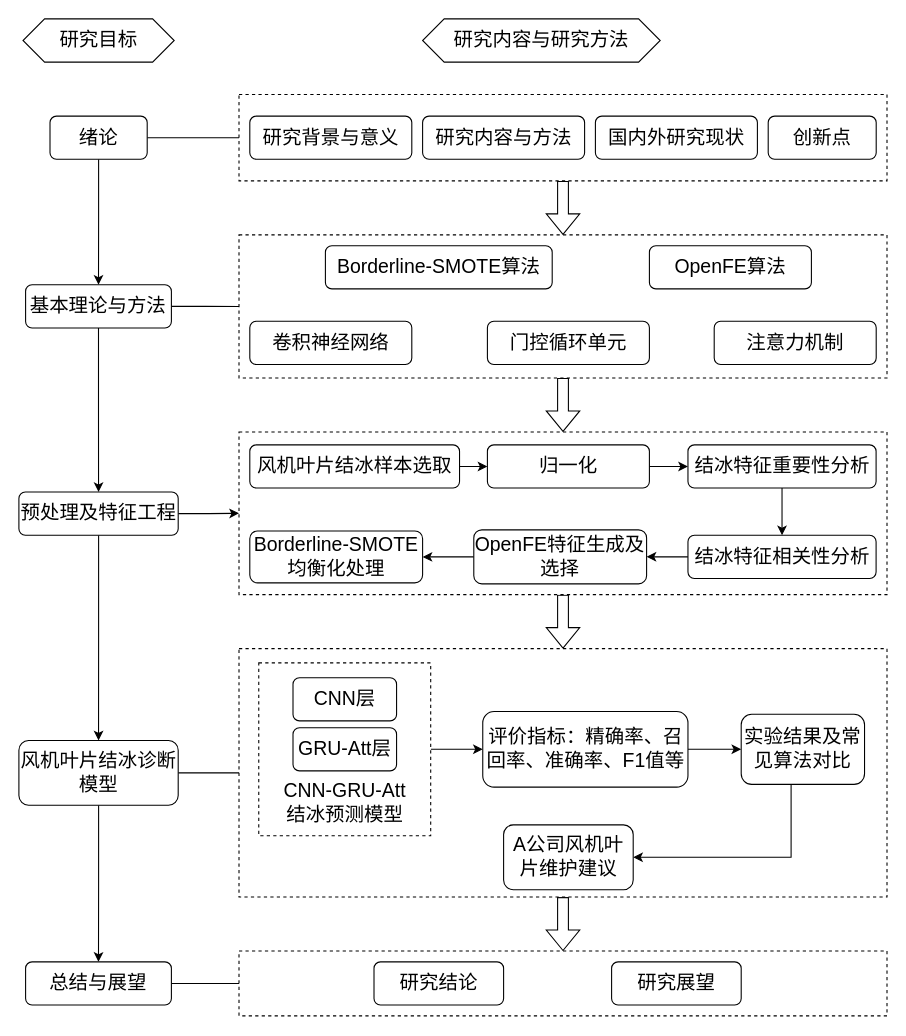
Earlier version of the draw.io diagram 毕设技术路线图1.drawio (Abccccd/-2). Source tidied: cells renumbered, new cells numbered last; positions are measured from the earlier drawing's top-left corner, leaving out a move shared by most shapes. Both pictures are drawn from the tidied source at 108%, with x=0, y=0 at pixel (18, 18).
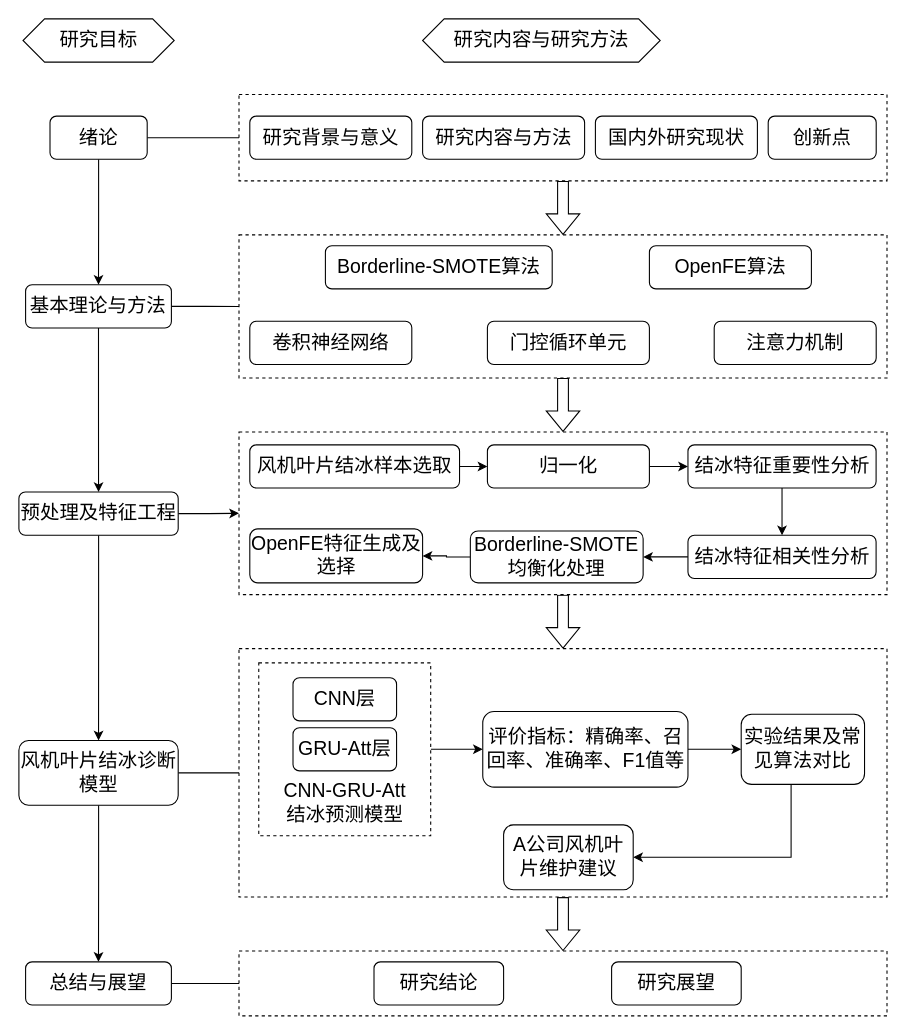
After the change.

Commit message:
更新毕设技术路线图1.drawio

Unchanged cells that the change refers to:
```xml
<mxCell id="39" value="&lt;font style=&quot;font-size: 18px;&quot;&gt;结冰特征相关性分析&lt;/font&gt;" style="rounded=1;whiteSpace=wrap;html=1;" parent="1" vertex="1">
  <mxGeometry x="619.5" y="478.1" width="174.2" height="40" as="geometry" />
</mxCell>
```

The edit, as a diff of the source:
```diff
@@
-    <mxCell id="38" style="edgeStyle=orthogonalEdgeStyle;rounded=0;jettySize=auto;html=1;entryX=1;entryY=0.5;entryDx=0;entryDy=0;" parent="1" edge="1" source="39" target="41">
-      <mxGeometry relative="1" as="geometry" />
-    </mxCell>
+    <mxCell id="59" style="edgeStyle=orthogonalEdgeStyle;rounded=0;jettySize=auto;html=1;entryX=1;entryY=0.5;entryDx=0;entryDy=0;" parent="1" edge="1" source="39" target="55">
+      <mxGeometry relative="1" as="geometry" />
+    </mxCell>
@@
-    <mxCell id="40" style="edgeStyle=orthogonalEdgeStyle;rounded=0;jettySize=auto;html=1;entryX=1;entryY=0.5;entryDx=0;entryDy=0;" parent="1" edge="1" source="41" target="55">
-      <mxGeometry relative="1" as="geometry" />
-    </mxCell>
     <mxCell id="41" value="&lt;span style=&quot;font-size: 18px;&quot;&gt;OpenFE特征生成及选择&lt;/span&gt;" style="rounded=1;whiteSpace=wrap;html=1;" parent="1" vertex="1">
-      <mxGeometry x="421.2" y="473.1" width="160" height="50" as="geometry" />
+      <mxGeometry x="213.8" y="472.2" width="160" height="50" as="geometry" />
     </mxCell>
@@
+    <mxCell id="60" style="edgeStyle=orthogonalEdgeStyle;rounded=0;jettySize=auto;html=1;" parent="1" edge="1" source="55" target="41">
+      <mxGeometry relative="1" as="geometry" />
+    </mxCell>
     <mxCell id="55" value="&lt;font style=&quot;font-size: 18px;&quot;&gt;Borderline-SMOTE均衡化处理&lt;/font&gt;" style="rounded=1;whiteSpace=wrap;html=1;" parent="1" vertex="1">
-      <mxGeometry x="213.8" y="474.1" width="160" height="48.1" as="geometry" />
+      <mxGeometry x="418" y="474.1" width="160" height="48.1" as="geometry" />
     </mxCell>
```
